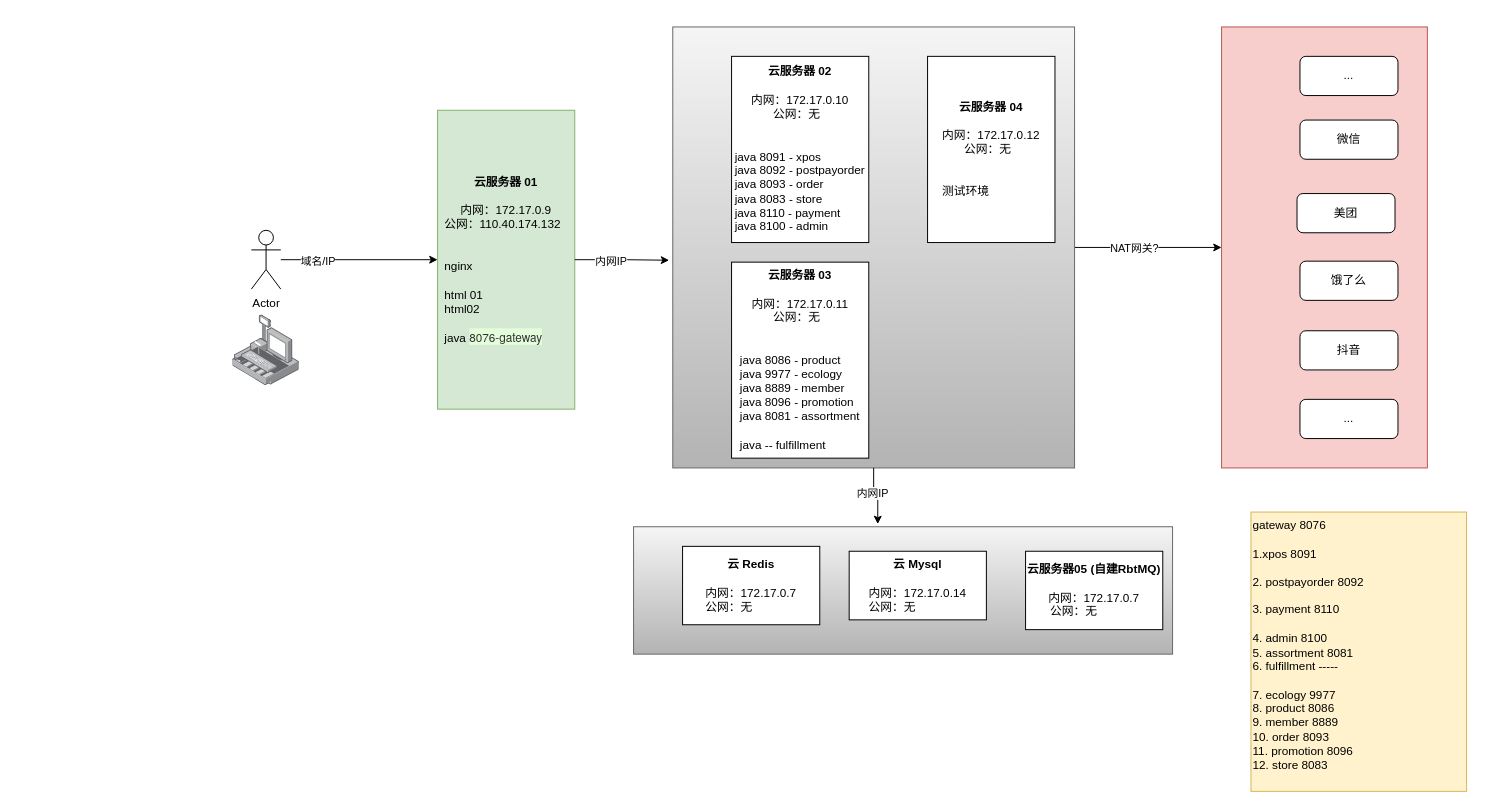
Above: page "腾讯云部署24/7/26" (3 of 3) of qiangfeng/qiangfeng部署图.drawio in exm-x/draw.io (draw.io), before the change. Source tidied: cells renumbered, new cells numbered last; positions are measured from the earlier drawing's top-left corner, leaving out a move shared by most shapes. Both pictures are drawn from the tidied source at 98%, with x=0, y=0 at pixel (232, 26).
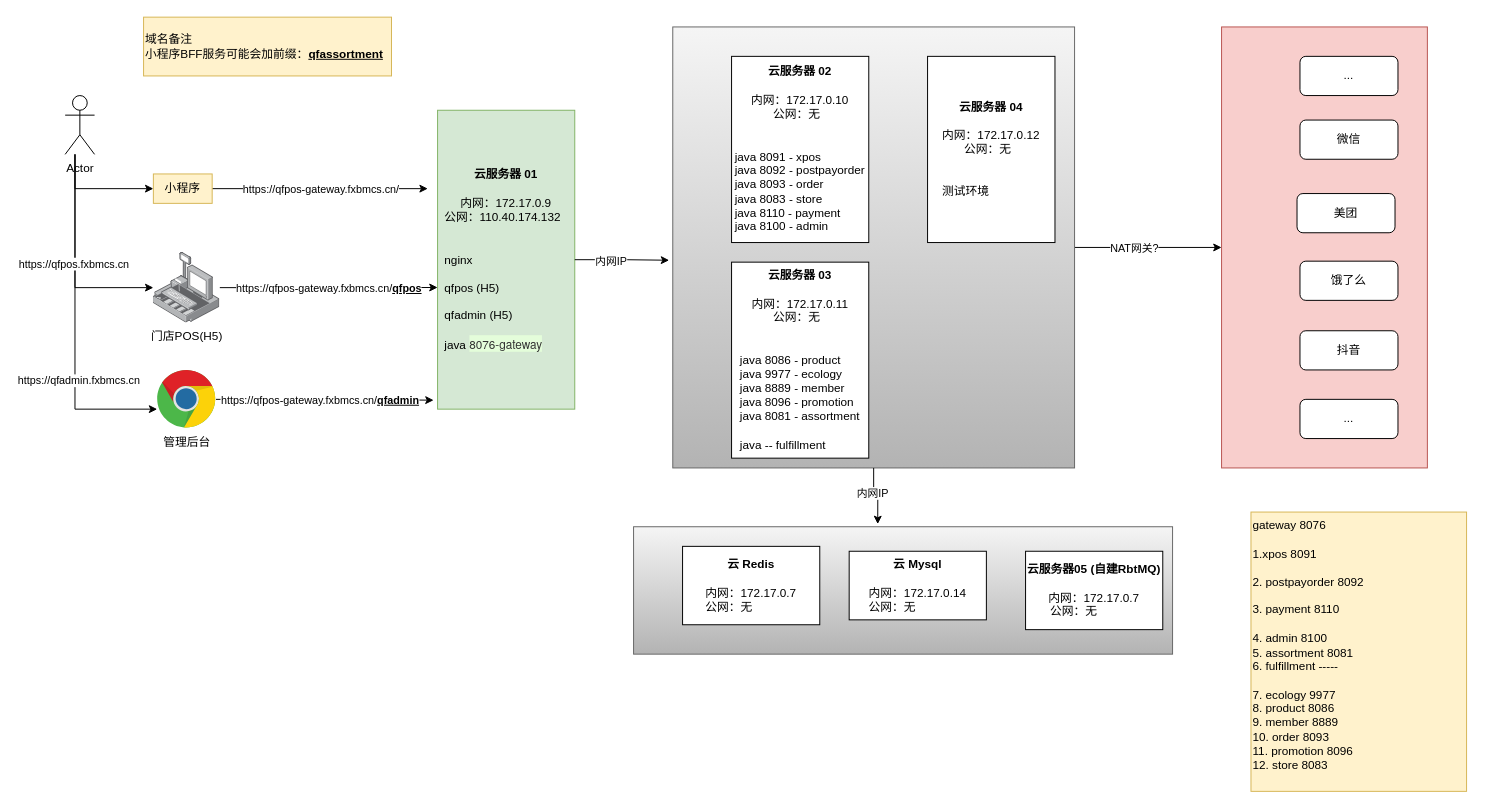
The same page after the edit.

Commit message:
更新qiangfeng部署图.drawio

The edit, as a diff of the source:
```diff
@@
-    <mxCell id="7" value="&lt;b&gt;云服务器 01&lt;/b&gt;&lt;div&gt;&lt;div&gt;&lt;br&gt;&lt;/div&gt;&lt;div&gt;&lt;span style=&quot;text-align: left;&quot;&gt;内网：172.17.0.9&lt;/span&gt;&lt;br&gt;&lt;/div&gt;&lt;/div&gt;&lt;div&gt;&lt;span style=&quot;text-align: left;&quot;&gt;公网：110.40.174.132&amp;nbsp;&amp;nbsp;&lt;/span&gt;&lt;span style=&quot;text-align: left;&quot;&gt;&lt;br&gt;&lt;/span&gt;&lt;/div&gt;&lt;div&gt;&lt;span style=&quot;text-align: left;&quot;&gt;&lt;br&gt;&lt;/span&gt;&lt;/div&gt;&lt;div style=&quot;text-align: left;&quot;&gt;&lt;br&gt;&lt;/div&gt;&lt;div style=&quot;text-align: left;&quot;&gt;nginx&lt;/div&gt;&lt;div style=&quot;text-align: left;&quot;&gt;&lt;br&gt;&lt;/div&gt;&lt;div style=&quot;text-align: left;&quot;&gt;html 01&lt;/div&gt;&lt;div style=&quot;text-align: left;&quot;&gt;html02&lt;/div&gt;&lt;div style=&quot;text-align: left;&quot;&gt;&lt;br&gt;&lt;/div&gt;&lt;div style=&quot;text-align: left;&quot;&gt;java&amp;nbsp;&lt;span style=&quot;background-color: rgb(228, 253, 218); color: rgb(51, 51, 51); font-family: &amp;quot;Helvetica Neue&amp;quot;, &amp;quot;Luxi Sans&amp;quot;, &amp;quot;DejaVu Sans&amp;quot;, Tahoma, &amp;quot;Hiragino Sans GB&amp;quot;, STHeiti, &amp;quot;Microsoft YaHei&amp;quot;;&quot;&gt;8076-gateway&lt;/span&gt;&lt;/div&gt;" style="rounded=0;whiteSpace=wrap;html=1;fillColor=#d5e8d4;strokeColor=#82b366;" parent="1" vertex="1">
+    <mxCell id="7" value="&lt;b&gt;云服务器 01&lt;/b&gt;&lt;div&gt;&lt;div&gt;&lt;br&gt;&lt;/div&gt;&lt;div&gt;&lt;span style=&quot;text-align: left;&quot;&gt;内网：172.17.0.9&lt;/span&gt;&lt;br&gt;&lt;/div&gt;&lt;/div&gt;&lt;div&gt;&lt;span style=&quot;text-align: left;&quot;&gt;公网：110.40.174.132&amp;nbsp;&amp;nbsp;&lt;/span&gt;&lt;span style=&quot;text-align: left;&quot;&gt;&lt;br&gt;&lt;/span&gt;&lt;/div&gt;&lt;div&gt;&lt;span style=&quot;text-align: left;&quot;&gt;&lt;br&gt;&lt;/span&gt;&lt;/div&gt;&lt;div style=&quot;text-align: left;&quot;&gt;&lt;br&gt;&lt;/div&gt;&lt;div style=&quot;text-align: left;&quot;&gt;nginx&lt;/div&gt;&lt;div style=&quot;text-align: left;&quot;&gt;&lt;br&gt;&lt;/div&gt;&lt;div style=&quot;text-align: left;&quot;&gt;qfpos (H5)&lt;/div&gt;&lt;div style=&quot;text-align: left;&quot;&gt;&lt;br&gt;&lt;/div&gt;&lt;div style=&quot;text-align: left;&quot;&gt;qfadmin (H5)&lt;/div&gt;&lt;div style=&quot;text-align: left;&quot;&gt;&lt;br&gt;&lt;/div&gt;&lt;div style=&quot;text-align: left;&quot;&gt;java&amp;nbsp;&lt;span style=&quot;background-color: rgb(228, 253, 218); color: rgb(51, 51, 51); font-family: &amp;quot;Helvetica Neue&amp;quot;, &amp;quot;Luxi Sans&amp;quot;, &amp;quot;DejaVu Sans&amp;quot;, Tahoma, &amp;quot;Hiragino Sans GB&amp;quot;, STHeiti, &amp;quot;Microsoft YaHei&amp;quot;;&quot;&gt;8076-gateway&lt;/span&gt;&lt;/div&gt;" style="rounded=0;whiteSpace=wrap;html=1;fillColor=#d5e8d4;strokeColor=#82b366;" parent="1" vertex="1">
       <mxGeometry x="209" y="85" width="140" height="305" as="geometry" />
     </mxCell>
-    <mxCell id="8" style="edgeStyle=orthogonalEdgeStyle;rounded=0;jettySize=auto;html=1;entryX=0;entryY=0.5;entryDx=0;entryDy=0;" parent="1" edge="1" source="10" target="7">
-      <mxGeometry relative="1" as="geometry" />
-    </mxCell>
-    <mxCell id="9" value="域名/IP" style="edgeLabel;html=1;align=center;verticalAlign=middle;" parent="8" vertex="1">
-      <mxGeometry x="-0.54" relative="1" as="geometry">
-        <mxPoint y="1" as="offset" />
-      </mxGeometry>
-    </mxCell>
+    <mxCell id="29" style="edgeStyle=orthogonalEdgeStyle;rounded=0;jettySize=auto;html=1;" parent="1" edge="1" source="10" target="11">
+      <mxGeometry relative="1" as="geometry">
+        <Array as="points">
+          <mxPoint x="-161" y="140" />
+          <mxPoint x="-161" y="270" />
+        </Array>
+      </mxGeometry>
+    </mxCell>
+    <mxCell id="30" style="edgeStyle=orthogonalEdgeStyle;rounded=0;jettySize=auto;html=1;" parent="1" edge="1" source="10" target="34">
+      <mxGeometry relative="1" as="geometry">
+        <Array as="points">
+          <mxPoint x="-161" y="390" />
+        </Array>
+      </mxGeometry>
+    </mxCell>
+    <mxCell id="31" value="https://qfpos.fxbmcs.cn" style="edgeLabel;html=1;align=center;verticalAlign=middle;" parent="30" vertex="1">
+      <mxGeometry x="-0.7" y="-2" relative="1" as="geometry">
+        <mxPoint y="59" as="offset" />
+      </mxGeometry>
+    </mxCell>
+    <mxCell id="32" value="https://qfadmin.fxbmcs.cn" style="edgeLabel;html=1;align=center;verticalAlign=middle;" parent="30" vertex="1">
+      <mxGeometry x="-0.14" y="3" relative="1" as="geometry">
+        <mxPoint y="82" as="offset" />
+      </mxGeometry>
+    </mxCell>
+    <mxCell id="33" style="edgeStyle=orthogonalEdgeStyle;rounded=0;jettySize=auto;html=1;entryX=1;entryY=0.5;entryDx=0;entryDy=0;" parent="1" edge="1" source="10" target="41">
+      <mxGeometry relative="1" as="geometry">
+        <Array as="points">
+          <mxPoint x="-161" y="165" />
+        </Array>
+      </mxGeometry>
+    </mxCell>
     <mxCell id="10" value="Actor" style="shape=umlActor;verticalLabelPosition=bottom;verticalAlign=top;html=1;outlineConnect=0;" parent="1" vertex="1">
-      <mxGeometry x="19" y="207.5" width="30" height="60" as="geometry" />
+      <mxGeometry x="-171" y="70" width="30" height="60" as="geometry" />
     </mxCell>
-    <mxCell id="11" style="image;points=[];html=1;align=center;shadow=0;dashed=0;image=img/lib/allied_telesis/security/POS.svg;" parent="1" vertex="1">
-      <mxGeometry x="0.1" y="294" width="67.8" height="72" as="geometry" />
+    <mxCell id="11" value="门店POS(H5)" style="image;points=[];html=1;align=center;shadow=0;dashed=0;image=img/lib/allied_telesis/security/POS.svg;" parent="1" vertex="1">
+      <mxGeometry x="-81" y="230" width="67.8" height="72" as="geometry" />
     </mxCell>
@@
+    <mxCell id="34" value="管理后台" style="dashed=0;outlineConnect=0;html=1;align=center;labelPosition=center;verticalLabelPosition=bottom;verticalAlign=top;shape=mxgraph.weblogos.chrome;" parent="1" vertex="1">
+      <mxGeometry x="-77.1" y="350" width="60" height="60" as="geometry" />
+    </mxCell>
+    <mxCell id="35" style="edgeStyle=orthogonalEdgeStyle;rounded=0;jettySize=auto;html=1;entryX=0;entryY=0.593;entryDx=0;entryDy=0;entryPerimeter=0;" parent="1" edge="1" source="11" target="7">
+      <mxGeometry relative="1" as="geometry" />
+    </mxCell>
+    <mxCell id="36" value="https://qfpos-gateway.fxbmcs.cn/&lt;b&gt;&lt;u&gt;qfpos&lt;/u&gt;&lt;/b&gt;" style="edgeLabel;html=1;align=center;verticalAlign=middle;" parent="35" vertex="1">
+      <mxGeometry x="-0.42" relative="1" as="geometry">
+        <mxPoint x="47" as="offset" />
+      </mxGeometry>
+    </mxCell>
+    <mxCell id="37" style="edgeStyle=orthogonalEdgeStyle;rounded=0;jettySize=auto;html=1;entryX=-0.029;entryY=0.97;entryDx=0;entryDy=0;entryPerimeter=0;" parent="1" edge="1" source="34" target="7">
+      <mxGeometry relative="1" as="geometry" />
+    </mxCell>
+    <mxCell id="38" value="https://qfpos-gateway.fxbmcs.cn/&lt;b&gt;&lt;u&gt;qfadmin&lt;/u&gt;&lt;/b&gt;" style="edgeLabel;html=1;align=center;verticalAlign=middle;" parent="37" vertex="1">
+      <mxGeometry x="-0.52" y="-2" relative="1" as="geometry">
+        <mxPoint x="53" y="-2" as="offset" />
+      </mxGeometry>
+    </mxCell>
+    <mxCell id="39" style="edgeStyle=orthogonalEdgeStyle;rounded=0;jettySize=auto;html=1;" parent="1" edge="1" source="41">
+      <mxGeometry relative="1" as="geometry">
+        <mxPoint x="199" y="165" as="targetPoint" />
+      </mxGeometry>
+    </mxCell>
+    <mxCell id="40" value="https://qfpos-gateway.fxbmcs.cn/" style="edgeLabel;html=1;align=center;verticalAlign=middle;" parent="39" vertex="1">
+      <mxGeometry x="-0.43" y="-3" relative="1" as="geometry">
+        <mxPoint x="47" y="-3" as="offset" />
+      </mxGeometry>
+    </mxCell>
+    <mxCell id="41" value="小程序" style="text;html=1;align=center;verticalAlign=middle;whiteSpace=wrap;rounded=0;fillColor=#fff2cc;strokeColor=#d6b656;direction=west;" parent="1" vertex="1">
+      <mxGeometry x="-81" y="150" width="60" height="30" as="geometry" />
+    </mxCell>
+    <mxCell id="42" value="域名备注&lt;br&gt;小程序BFF服务可能会加前缀：&lt;b&gt;&lt;u&gt;qfassortment&lt;/u&gt;&lt;/b&gt;" style="text;html=1;align=left;verticalAlign=middle;whiteSpace=wrap;rounded=0;fillColor=#fff2cc;strokeColor=#d6b656;" parent="1" vertex="1">
+      <mxGeometry x="-91" y="-10" width="253" height="60" as="geometry" />
+    </mxCell>
```
